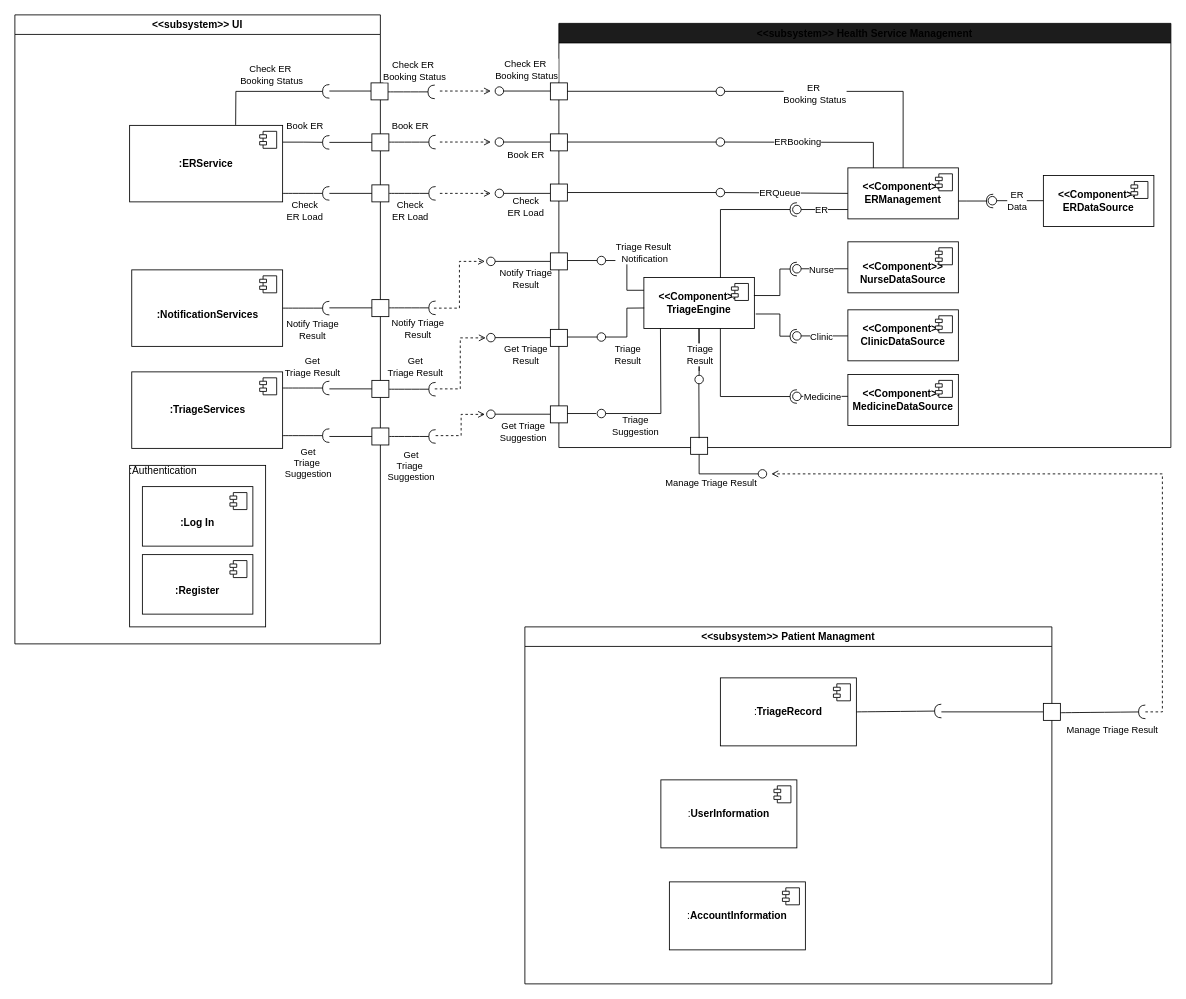
This is Usecases/C&C.drawio from uvic-teach/project-m1-team8, a draw.io file, before an edit. Source tidied: cells renumbered, new cells numbered last; positions are measured from the earlier drawing's top-left corner, leaving out a move shared by most shapes. Both pictures are drawn from the tidied source at 85%, with x=0, y=0 at pixel (14, 14).
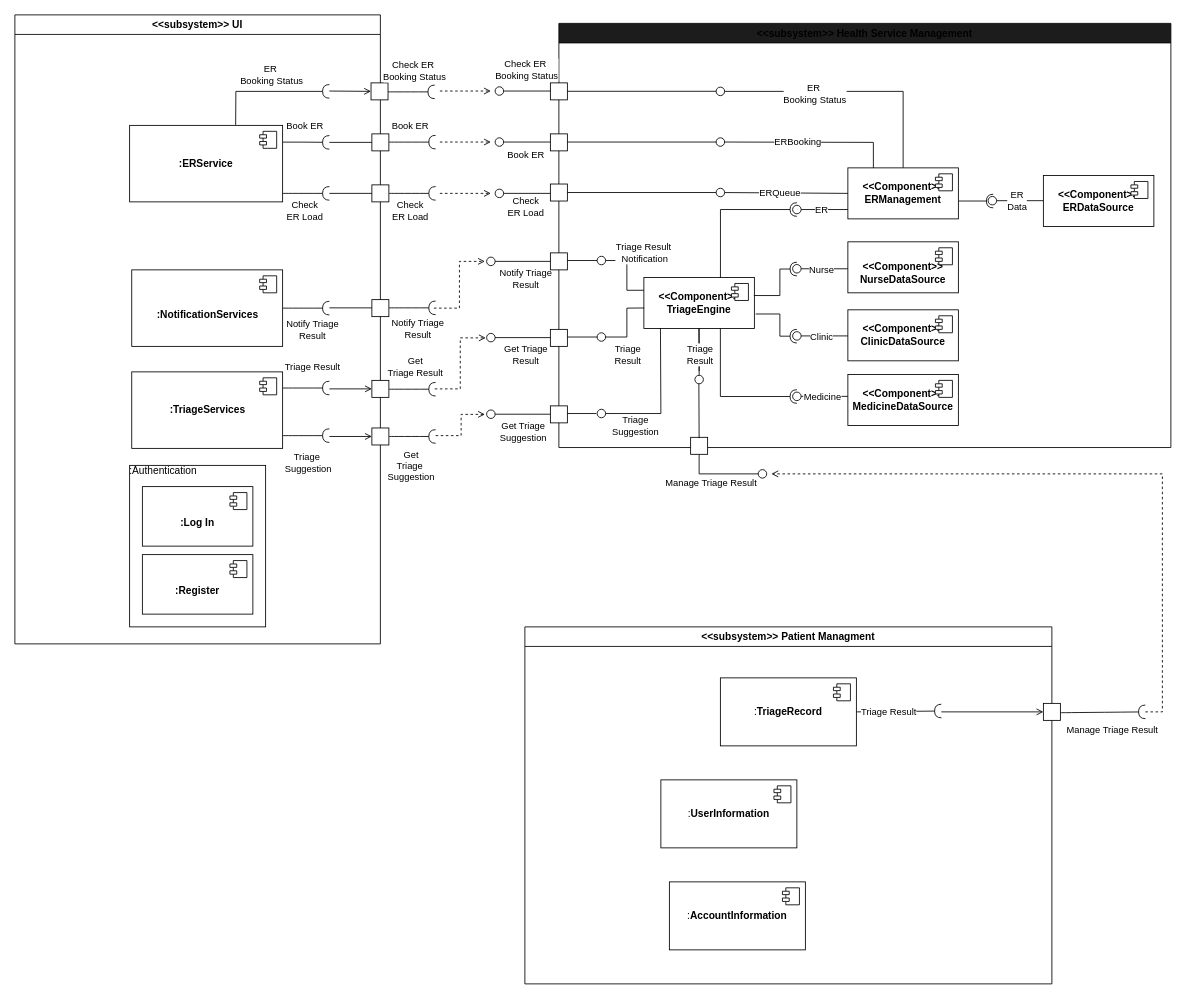
After the change.

Commit message:
Update C&C.health svc components

Unchanged cells that the change refers to:
```xml
<mxCell id="2" value="&amp;lt;&amp;lt;subsystem&amp;gt;&amp;gt; UI" style="swimlane;whiteSpace=wrap;html=1;" parent="1" vertex="1">
  <mxGeometry width="430" height="740" as="geometry" />
</mxCell>
<mxCell id="3" style="rounded=0;jettySize=auto;html=1;endArrow=halfCircle;endFill=0;endSize=6;strokeWidth=1;sketch=0;fontSize=12;edgeStyle=elbowEdgeStyle;exitX=0.693;exitY=-0.006;exitDx=0;exitDy=0;exitPerimeter=0;" parent="2" edge="1" source="108">
  <mxGeometry relative="1" as="geometry">
    <mxPoint x="370" y="90" as="targetPoint" />
    <Array as="points">
      <mxPoint x="260" y="110" />
    </Array>
  </mxGeometry>
</mxCell>
<mxCell id="11" value="&amp;lt;&amp;lt;subsystem&amp;gt;&amp;gt; Patient Managment" style="swimlane;whiteSpace=wrap;html=1;" parent="1" vertex="1">
  <mxGeometry x="600" y="720" width="620" height="420" as="geometry" />
</mxCell>
<mxCell id="18" style="rounded=0;jettySize=auto;html=1;endArrow=halfCircle;endFill=0;endSize=6;strokeWidth=1;sketch=0;fontSize=12;curved=1;exitX=1;exitY=0.5;exitDx=0;exitDy=0;" parent="11" edge="1" source="16">
  <mxGeometry relative="1" as="geometry">
    <mxPoint x="490" y="99" as="targetPoint" />
  </mxGeometry>
</mxCell>
<mxCell id="122" style="rounded=0;orthogonalLoop=1;jettySize=auto;html=1;endArrow=halfCircle;endFill=0;endSize=6;strokeWidth=1;sketch=0;fontSize=12;curved=1;exitX=1;exitY=0.5;exitDx=0;exitDy=0;" parent="1" edge="1">
  <mxGeometry relative="1" as="geometry">
    <mxPoint x="315" y="495" as="sourcePoint" />
    <mxPoint x="370" y="495" as="targetPoint" />
  </mxGeometry>
</mxCell>
<mxCell id="125" style="rounded=0;orthogonalLoop=1;jettySize=auto;html=1;endArrow=halfCircle;endFill=0;endSize=6;strokeWidth=1;sketch=0;fontSize=12;curved=1;exitX=1;exitY=0.5;exitDx=0;exitDy=0;" parent="1" edge="1">
  <mxGeometry relative="1" as="geometry">
    <mxPoint x="315" y="439" as="sourcePoint" />
    <mxPoint x="370" y="439" as="targetPoint" />
  </mxGeometry>
</mxCell>
<mxCell id="134" style="rounded=0;whiteSpace=wrap;html=1;" parent="1" vertex="1">
  <mxGeometry x="420" y="486" width="20" height="20" as="geometry" />
</mxCell>
<mxCell id="136" style="rounded=0;whiteSpace=wrap;html=1;" parent="1" vertex="1">
  <mxGeometry x="420" y="430" width="20" height="20" as="geometry" />
</mxCell>
<mxCell id="140" style="rounded=0;whiteSpace=wrap;html=1;" parent="1" vertex="1">
  <mxGeometry x="419" y="80" width="20" height="20" as="geometry" />
</mxCell>
```

Change to the diagram source:
```diff
@@
-    <mxCell id="4" value="&lt;div&gt;Check ER&amp;nbsp;&lt;/div&gt;&lt;div&gt;Booking Status&lt;/div&gt;" style="edgeLabel;html=1;align=center;verticalAlign=middle;" parent="3" vertex="1">
+    <mxCell id="4" value="&lt;div&gt;ER&amp;nbsp;&lt;/div&gt;&lt;div&gt;Booking Status&lt;/div&gt;" style="edgeLabel;html=1;align=center;verticalAlign=middle;" parent="3" vertex="1">
       <mxGeometry x="0.18" y="-2" relative="1" as="geometry">
         <mxPoint x="-7" y="-22" as="offset" />
       </mxGeometry>
     </mxCell>
-    <mxCell id="5" style="endArrow=none;html=1;rounded=0;" parent="2" edge="1">
+    <mxCell id="5" style="endArrow=open;html=1;rounded=0;entryX=0;entryY=0.5;entryDx=0;entryDy=0;endFill=0;" parent="2" edge="1" target="140">
       <mxGeometry relative="1" as="geometry">
         <mxPoint x="370" y="89.6" as="sourcePoint" />
-        <mxPoint x="430" y="89.6" as="targetPoint" />
       </mxGeometry>
     </mxCell>
@@
+    <mxCell id="146" value="Triage Result" style="edgeLabel;html=1;align=center;verticalAlign=middle;" parent="18" vertex="1">
+      <mxGeometry x="-0.24" relative="1" as="geometry" />
+    </mxCell>
-    <mxCell id="19" style="endArrow=none;html=1;rounded=0;" parent="11" edge="1">
+    <mxCell id="19" style="endArrow=open;html=1;rounded=0;endFill=0;" parent="11" edge="1">
       <mxGeometry relative="1" as="geometry">
         <mxPoint x="490" y="100" as="sourcePoint" />
         <mxPoint x="610" y="100" as="targetPoint" />
       </mxGeometry>
     </mxCell>
@@
-    <mxCell id="123" value="&lt;div&gt;Get&lt;/div&gt;&lt;div&gt;Triage&amp;nbsp;&lt;/div&gt;&lt;div&gt;Suggestion&lt;br&gt;&lt;/div&gt;" style="edgeLabel;html=1;align=center;verticalAlign=middle;" parent="122" vertex="1">
+    <mxCell id="123" value="&lt;div&gt;Triage&amp;nbsp;&lt;/div&gt;&lt;div&gt;Suggestion&lt;br&gt;&lt;/div&gt;" style="edgeLabel;html=1;align=center;verticalAlign=middle;" parent="122" vertex="1">
       <mxGeometry x="0.18" y="-2" relative="1" as="geometry">
         <mxPoint x="-3" y="29" as="offset" />
       </mxGeometry>
     </mxCell>
-    <mxCell id="124" style="endArrow=none;html=1;rounded=0;" parent="1" edge="1">
+    <mxCell id="124" style="endArrow=open;html=1;rounded=0;entryX=0;entryY=0.5;entryDx=0;entryDy=0;endFill=0;" parent="1" edge="1" target="134">
       <mxGeometry relative="1" as="geometry">
         <mxPoint x="370" y="496" as="sourcePoint" />
-        <mxPoint x="430" y="496" as="targetPoint" />
       </mxGeometry>
     </mxCell>
@@
-    <mxCell id="126" value="&lt;div&gt;Get&lt;/div&gt;&lt;div&gt;Triage Result&lt;br&gt;&lt;/div&gt;" style="edgeLabel;html=1;align=center;verticalAlign=middle;" parent="125" vertex="1">
+    <mxCell id="126" value="&lt;div&gt;Triage Result&lt;br&gt;&lt;/div&gt;" style="edgeLabel;html=1;align=center;verticalAlign=middle;" parent="125" vertex="1">
       <mxGeometry x="0.18" y="-2" relative="1" as="geometry">
         <mxPoint x="2" y="-28" as="offset" />
       </mxGeometry>
     </mxCell>
-    <mxCell id="127" style="endArrow=none;html=1;rounded=0;" parent="1" edge="1">
+    <mxCell id="127" style="endArrow=open;html=1;rounded=0;entryX=0;entryY=0.5;entryDx=0;entryDy=0;endFill=0;" parent="1" edge="1" target="136">
       <mxGeometry relative="1" as="geometry">
         <mxPoint x="370" y="440" as="sourcePoint" />
-        <mxPoint x="430" y="440" as="targetPoint" />
       </mxGeometry>
     </mxCell>
```
